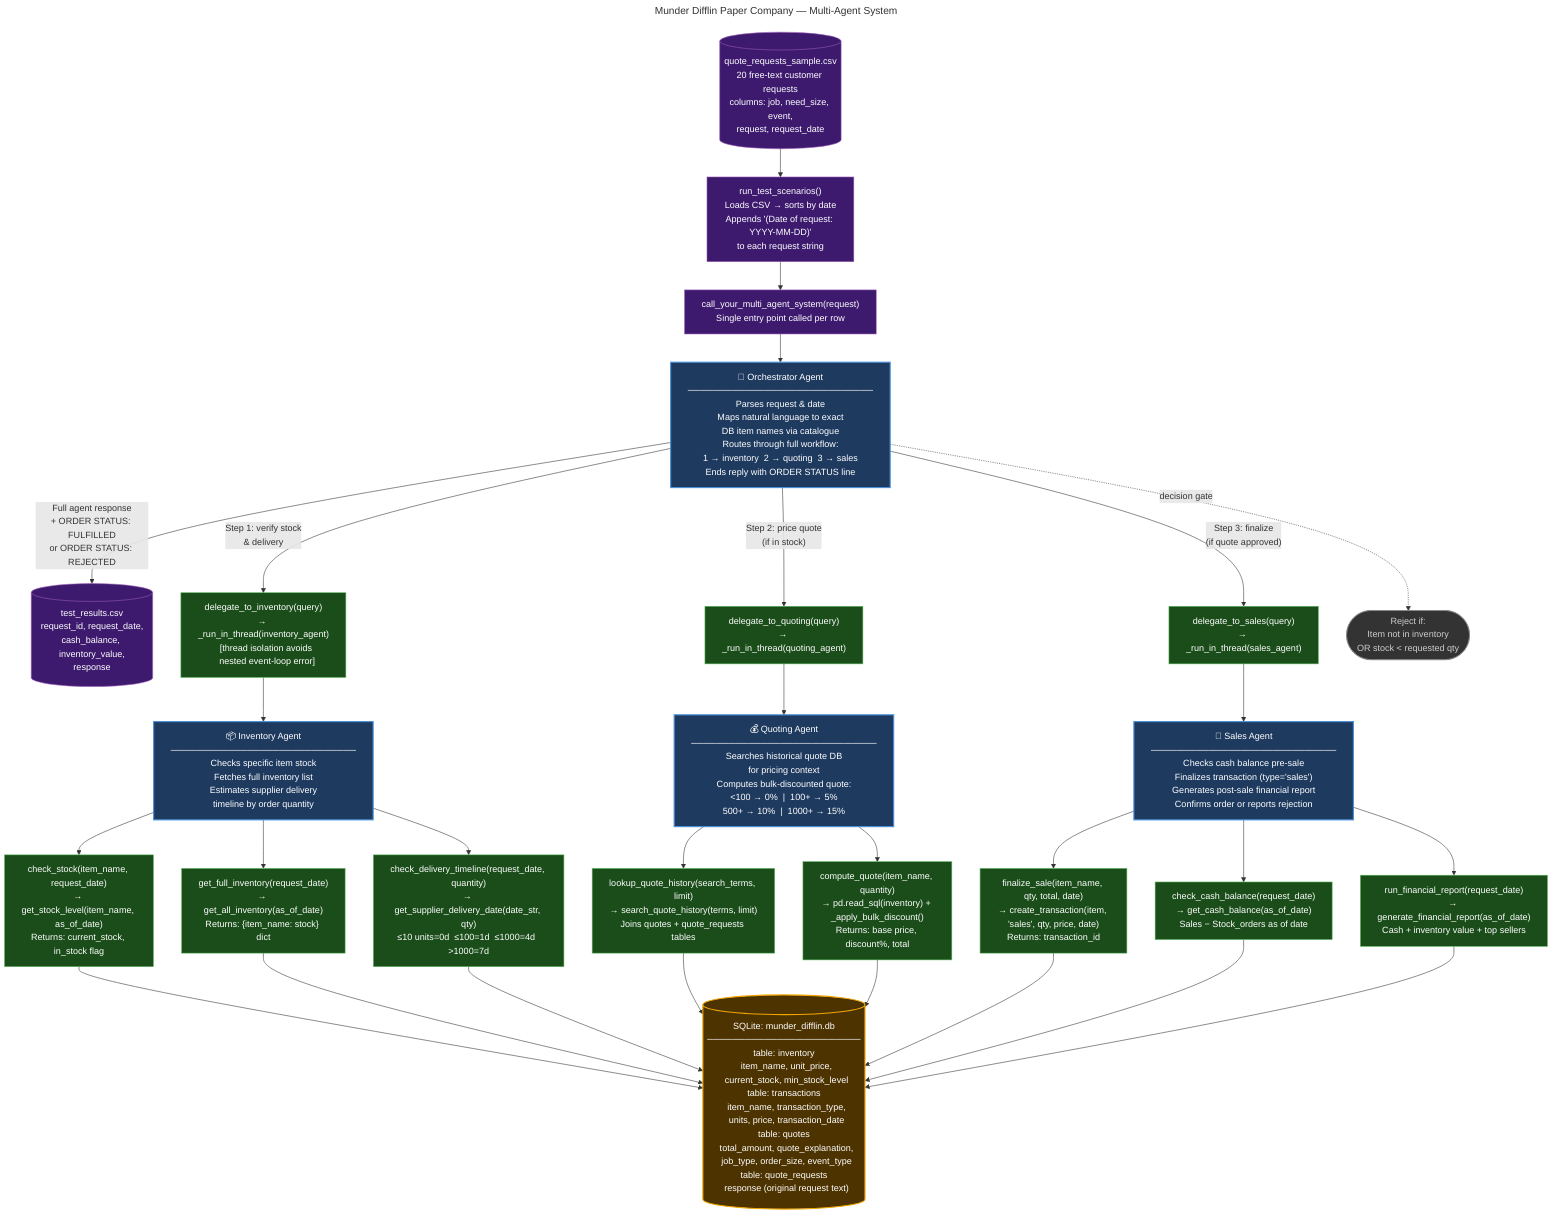
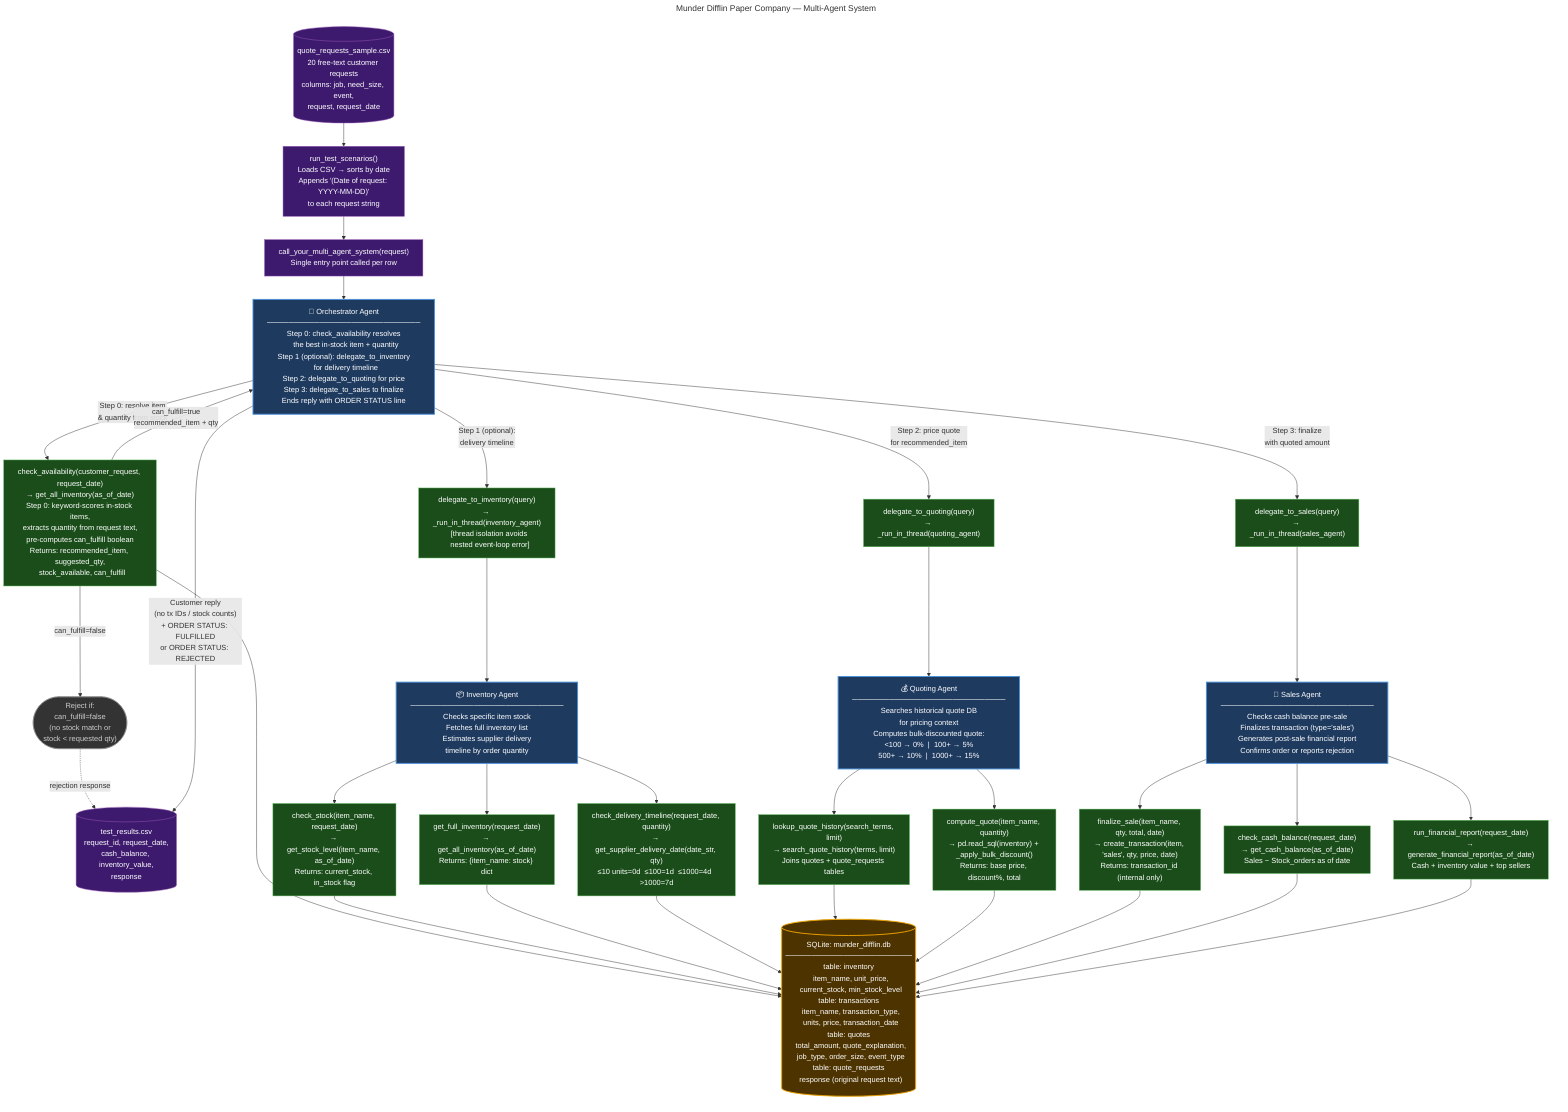
---
title: Munder Difflin Paper Company — Multi-Agent System
---
flowchart TD

    %% ── Entry & Exit ──────────────────────────────────────────────
    CSV[("quote_requests_sample.csv\n20 free-text customer requests\ncolumns: job, need_size, event,\nrequest, request_date")]
    EVAL["run_test_scenarios()\nLoads CSV → sorts by date\nAppends '(Date of request: YYYY-MM-DD)'\nto each request string"]
    RESULTS[("test_results.csv\nrequest_id, request_date,\ncash_balance, inventory_value,\nresponse")]

    %% ── Entry function ────────────────────────────────────────────
    ENTRY["call_your_multi_agent_system(request)\nSingle entry point called per row"]

    %% ── Agents ────────────────────────────────────────────────────
-     ORC["🎯 Orchestrator Agent\n─────────────────────────────\nParses request & date\nMaps natural language to exact\nDB item names via catalogue\nRoutes through full workflow:\n1 → inventory  2 → quoting  3 → sales\nEnds reply with ORDER STATUS line"]
+     ORC["🎯 Orchestrator Agent\n─────────────────────────────\nStep 0: check_availability resolves\n  the best in-stock item + quantity\nStep 1 (optional): delegate_to_inventory\n  for delivery timeline\nStep 2: delegate_to_quoting for price\nStep 3: delegate_to_sales to finalize\nEnds reply with ORDER STATUS line"]

    INV["📦 Inventory Agent\n─────────────────────────────\nChecks specific item stock\nFetches full inventory list\nEstimates supplier delivery\ntimeline by order quantity"]

    QUO["💰 Quoting Agent\n─────────────────────────────\nSearches historical quote DB\nfor pricing context\nComputes bulk-discounted quote:\n<100 → 0%  |  100+ → 5%\n500+ → 10%  |  1000+ → 15%"]

    SAL["🤝 Sales Agent\n─────────────────────────────\nChecks cash balance pre-sale\nFinalizes transaction (type='sales')\nGenerates post-sale financial report\nConfirms order or reports rejection"]
+ 
+     %% ── Orchestrator Tools ────────────────────────────────────────
+     CA["check_availability(customer_request, request_date)\n→ get_all_inventory(as_of_date)\nStep 0: keyword-scores in-stock items,\nextracts quantity from request text,\npre-computes can_fulfill boolean\nReturns: recommended_item, suggested_qty,\n  stock_available, can_fulfill"]

    %% ── Delegation tools (Orchestrator → Workers) ────────────────
    DI["delegate_to_inventory(query)\n→ _run_in_thread(inventory_agent)\n  [thread isolation avoids\n   nested event-loop error]"]
    DQ["delegate_to_quoting(query)\n→ _run_in_thread(quoting_agent)"]
    DS["delegate_to_sales(query)\n→ _run_in_thread(sales_agent)"]

    %% ── Inventory Agent tools ─────────────────────────────────────
    T1["check_stock(item_name, request_date)\n→ get_stock_level(item_name, as_of_date)\nReturns: current_stock, in_stock flag"]
    T2["get_full_inventory(request_date)\n→ get_all_inventory(as_of_date)\nReturns: {item_name: stock} dict"]
    T3["check_delivery_timeline(request_date, quantity)\n→ get_supplier_delivery_date(date_str, qty)\n≤10 units=0d  ≤100=1d  ≤1000=4d  >1000=7d"]

    %% ── Quoting Agent tools ───────────────────────────────────────
    T4["lookup_quote_history(search_terms, limit)\n→ search_quote_history(terms, limit)\nJoins quotes + quote_requests tables"]
    T5["compute_quote(item_name, quantity)\n→ pd.read_sql(inventory) + _apply_bulk_discount()\nReturns: base price, discount%, total"]

    %% ── Sales Agent tools ─────────────────────────────────────────
-     T6["finalize_sale(item_name, qty, total, date)\n→ create_transaction(item, 'sales', qty, price, date)\nReturns: transaction_id"]
+     T6["finalize_sale(item_name, qty, total, date)\n→ create_transaction(item, 'sales', qty, price, date)\nReturns: transaction_id (internal only)"]
    T7["check_cash_balance(request_date)\n→ get_cash_balance(as_of_date)\nSales − Stock_orders as of date"]
    T8["run_financial_report(request_date)\n→ generate_financial_report(as_of_date)\nCash + inventory value + top sellers"]

    %% ── SQLite Database (via SQLAlchemy) ──────────────────────────
    DB[("SQLite: munder_difflin.db\n────────────────────────\ntable: inventory\n  item_name, unit_price,\n  current_stock, min_stock_level\ntable: transactions\n  item_name, transaction_type,\n  units, price, transaction_date\ntable: quotes\n  total_amount, quote_explanation,\n  job_type, order_size, event_type\ntable: quote_requests\n  response (original request text)")]

+     %% ── Decision gate ─────────────────────────────────────────────
+     REJ(["Reject if:\ncan_fulfill=false\n(no stock match or\nstock < requested qty)"])
+ 
    %% ── Flow ──────────────────────────────────────────────────────
    CSV --> EVAL --> ENTRY --> ORC

-     ORC -->|"Step 1: verify stock\n& delivery"| DI --> INV
-     ORC -->|"Step 2: price quote\n(if in stock)"| DQ --> QUO
-     ORC -->|"Step 3: finalize\n(if quote approved)"| DS --> SAL
+     ORC -->|"Step 0: resolve item\n& quantity from stock"| CA
+     CA -->|"can_fulfill=false"| REJ
+     REJ -.->|"rejection response"| RESULTS
+     CA -->|"can_fulfill=true\nrecommended_item + qty"| ORC

+     ORC -->|"Step 1 (optional):\ndelivery timeline"| DI --> INV
+     ORC -->|"Step 2: price quote\nfor recommended_item"| DQ --> QUO
+     ORC -->|"Step 3: finalize\nwith quoted amount"| DS --> SAL
+ 
+     CA --> DB
    INV --> T1 & T2 & T3
    QUO --> T4 & T5
    SAL --> T6 & T7 & T8

    T1 & T2 & T3 & T4 & T5 & T6 & T7 & T8 --> DB

-     ORC -->|"Full agent response\n+ ORDER STATUS: FULFILLED\nor ORDER STATUS: REJECTED"| RESULTS
- 
-     %% ── Rejection decision ────────────────────────────────────────
-     REJ(["Reject if:\nItem not in inventory\nOR stock < requested qty"])
-     ORC -.->|"decision gate"| REJ
+     ORC -->|"Customer reply\n(no tx IDs / stock counts)\n+ ORDER STATUS: FULFILLED\nor ORDER STATUS: REJECTED"| RESULTS

    %% ── Styling ───────────────────────────────────────────────────
    classDef agent  fill:#1e3a5f,color:#fff,stroke:#4a90d9,stroke-width:2px
    classDef tool   fill:#1a4d1a,color:#fff,stroke:#5cb85c,stroke-width:1px
    classDef store  fill:#4d3300,color:#fff,stroke:#f0a500,stroke-width:2px
    classDef io     fill:#3d1a6e,color:#fff,stroke:#9b59b6,stroke-width:1px
    classDef note   fill:#333,color:#ccc,stroke:#888,stroke-width:1px

    class ORC,INV,QUO,SAL agent
-     class DI,DQ,DS,T1,T2,T3,T4,T5,T6,T7,T8 tool
+     class CA,DI,DQ,DS,T1,T2,T3,T4,T5,T6,T7,T8 tool
    class DB store
    class CSV,RESULTS,EVAL,ENTRY io
    class REJ note
